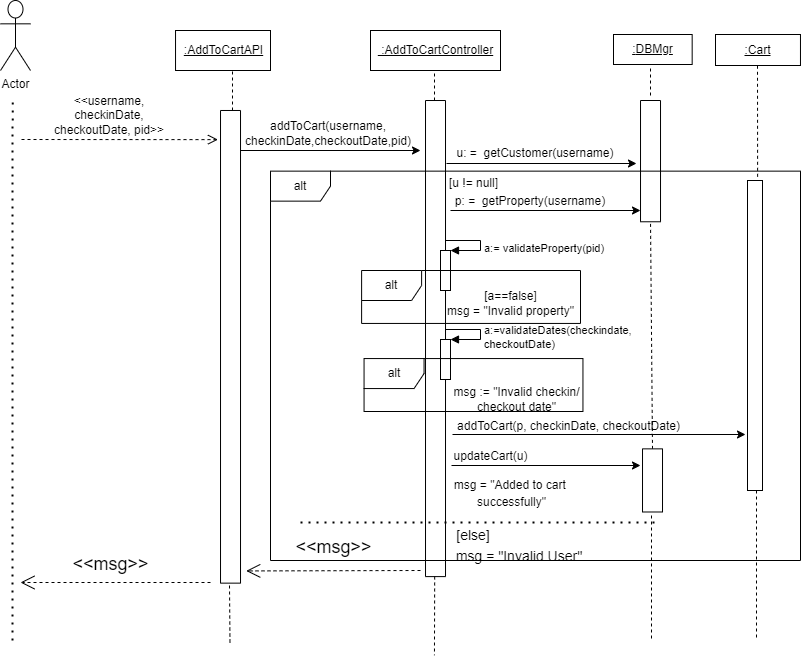
This is Sequence diagrams/5. AddtoCart.png from pritika292/House-Rental-System, a draw.io export, as it was before one commit. Source tidied: cells renumbered, new cells last; positions are measured from the earlier drawing's top-left corner, leaving out a move shared by most shapes. The source it was exported from:
```xml
<mxGraphModel>
  <root>
    <mxCell id="0" />
    <mxCell id="1" parent="0" />
    <mxCell id="2" value="Actor" style="shape=umlActor;verticalLabelPosition=bottom;verticalAlign=top;html=1;" parent="1" vertex="1">
      <mxGeometry x="6" width="30" height="70" as="geometry" />
    </mxCell>
    <mxCell id="3" style="rounded=0;whiteSpace=wrap;html=1;rotation=90;" parent="1" vertex="1">
      <mxGeometry x="-0.3" y="336.3" width="472.7" height="20" as="geometry" />
    </mxCell>
    <mxCell id="4" style="rounded=0;whiteSpace=wrap;html=1;rotation=90;" parent="1" vertex="1">
      <mxGeometry x="595.4" y="150.6" width="121.3" height="20" as="geometry" />
    </mxCell>
    <mxCell id="5" value="&amp;lt;&amp;lt;username, checkinDate, checkoutDate, pid&amp;gt;&amp;gt;" style="text;html=1;strokeColor=none;fillColor=none;align=center;verticalAlign=middle;whiteSpace=wrap;rounded=0;" parent="1" vertex="1">
      <mxGeometry x="50" y="100" width="130" height="30" as="geometry" />
    </mxCell>
    <mxCell id="6" style="endArrow=classic;html=1;rounded=0;" parent="1" edge="1">
      <mxGeometry relative="1" as="geometry">
        <mxPoint x="246" y="150" as="sourcePoint" />
        <mxPoint x="426" y="150" as="targetPoint" />
      </mxGeometry>
    </mxCell>
    <mxCell id="7" value="addToCart(username, checkinDate,checkoutDate,pid)" style="text;html=1;strokeColor=none;fillColor=none;align=center;verticalAlign=middle;whiteSpace=wrap;rounded=0;" parent="1" vertex="1">
      <mxGeometry x="254" y="118" width="160" height="30" as="geometry" />
    </mxCell>
    <mxCell id="8" style="endArrow=none;dashed=1;html=1;dashPattern=1 3;strokeWidth=2;rounded=0;" parent="1" edge="1">
      <mxGeometry relative="1" as="geometry">
        <mxPoint x="18" y="640" as="sourcePoint" />
        <mxPoint x="18.1" y="100" as="targetPoint" />
      </mxGeometry>
    </mxCell>
    <mxCell id="9" style="rounded=0;whiteSpace=wrap;html=1;rotation=90;" parent="1" vertex="1">
      <mxGeometry x="203" y="328.1" width="476.1" height="20" as="geometry" />
    </mxCell>
    <mxCell id="10" value="u: =&amp;nbsp; getCustomer(username)" style="text;html=1;strokeColor=none;fillColor=none;align=center;verticalAlign=middle;whiteSpace=wrap;rounded=0;" parent="1" vertex="1">
      <mxGeometry x="461.1" y="137.6" width="160" height="30" as="geometry" />
    </mxCell>
    <mxCell id="11" style="endArrow=classic;html=1;rounded=0;" parent="1" edge="1">
      <mxGeometry relative="1" as="geometry">
        <mxPoint x="452" y="163" as="sourcePoint" />
        <mxPoint x="642" y="163" as="targetPoint" />
      </mxGeometry>
    </mxCell>
    <mxCell id="12" style="endArrow=none;dashed=1;html=1;dashPattern=1 3;strokeWidth=2;rounded=0;fontSize=14;" parent="1" edge="1">
      <mxGeometry relative="1" as="geometry">
        <mxPoint x="306" y="522" as="sourcePoint" />
        <mxPoint x="666" y="522" as="targetPoint" />
      </mxGeometry>
    </mxCell>
    <mxCell id="13" value="&lt;font style=&quot;&quot;&gt;&lt;font style=&quot;font-size: 12px;&quot;&gt;msg = &quot;Added to cart&amp;nbsp;&lt;br&gt;successfully&quot;&lt;/font&gt;&lt;br&gt;&lt;/font&gt;" style="text;html=1;strokeColor=none;fillColor=none;align=center;verticalAlign=middle;whiteSpace=wrap;rounded=0;fontSize=14;" parent="1" vertex="1">
      <mxGeometry x="419.7" y="467" width="195.3" height="50" as="geometry" />
    </mxCell>
    <mxCell id="14" value="&lt;font style=&quot;font-size: 14px;&quot;&gt;[else]&lt;/font&gt;" style="text;html=1;strokeColor=none;fillColor=none;align=center;verticalAlign=middle;whiteSpace=wrap;rounded=0;fontSize=14;" parent="1" vertex="1">
      <mxGeometry x="434" y="510" width="90" height="50" as="geometry" />
    </mxCell>
    <mxCell id="15" value="&lt;font style=&quot;font-size: 14px;&quot;&gt;msg = &quot;Invalid User&quot;&lt;/font&gt;" style="text;html=1;strokeColor=none;fillColor=none;align=center;verticalAlign=middle;whiteSpace=wrap;rounded=0;fontSize=14;" parent="1" vertex="1">
      <mxGeometry x="367.1" y="531" width="315.9" height="50" as="geometry" />
    </mxCell>
    <mxCell id="16" value="&amp;lt;&amp;lt;msg&amp;gt;&amp;gt;" style="endArrow=open;endSize=12;dashed=1;html=1;rounded=0;fontSize=18;" parent="1" edge="1">
      <mxGeometry x="0.05" y="-18" relative="1" as="geometry">
        <mxPoint x="216" y="582" as="sourcePoint" />
        <mxPoint x="26" y="582" as="targetPoint" />
      </mxGeometry>
    </mxCell>
    <mxCell id="17" style="endArrow=none;dashed=1;html=1;rounded=0;fontSize=18;entryX=1;entryY=0.5;entryDx=0;entryDy=0;exitX=0;exitY=0.5;exitDx=0;exitDy=0;" parent="1" edge="1" source="25" target="4">
      <mxGeometry relative="1" as="geometry" />
    </mxCell>
    <mxCell id="18" value="&lt;span style=&quot;&quot;&gt;&lt;u&gt;:AddToCartAPI&lt;/u&gt;&lt;/span&gt;" style="html=1;" parent="1" vertex="1">
      <mxGeometry x="181" y="30" width="95" height="40" as="geometry" />
    </mxCell>
    <mxCell id="19" value="&lt;span style=&quot;&quot;&gt;&lt;u&gt;&amp;nbsp;:AddToCartController&lt;/u&gt;&lt;/span&gt;" style="html=1;" parent="1" vertex="1">
      <mxGeometry x="376" y="30" width="130" height="40" as="geometry" />
    </mxCell>
    <mxCell id="20" value="&lt;u&gt;&lt;span style=&quot;&quot;&gt;:&lt;/span&gt;&lt;span style=&quot;&quot;&gt;DBMgr&lt;/span&gt;&lt;/u&gt;" style="html=1;" parent="1" vertex="1">
      <mxGeometry x="619" y="34" width="78.7" height="30" as="geometry" />
    </mxCell>
    <mxCell id="21" style="endArrow=none;dashed=1;html=1;rounded=0;" parent="1" edge="1">
      <mxGeometry relative="1" as="geometry">
        <mxPoint x="238" y="110" as="sourcePoint" />
        <mxPoint x="238" y="70" as="targetPoint" />
      </mxGeometry>
    </mxCell>
    <mxCell id="22" style="endArrow=none;dashed=1;html=1;rounded=0;" parent="1" edge="1">
      <mxGeometry relative="1" as="geometry">
        <mxPoint x="440" y="100" as="sourcePoint" />
        <mxPoint x="440" y="70" as="targetPoint" />
      </mxGeometry>
    </mxCell>
    <mxCell id="23" style="endArrow=none;dashed=1;html=1;rounded=0;" parent="1" edge="1">
      <mxGeometry relative="1" as="geometry">
        <mxPoint x="656" y="95" as="sourcePoint" />
        <mxPoint x="656" y="65" as="targetPoint" />
        <Array as="points">
          <mxPoint x="656" y="85" />
        </Array>
      </mxGeometry>
    </mxCell>
    <mxCell id="24" style="html=1;verticalAlign=bottom;endArrow=open;dashed=1;endSize=8;rounded=0;entryX=0.051;entryY=1.178;entryDx=0;entryDy=0;entryPerimeter=0;" parent="1" edge="1">
      <mxGeometry relative="1" as="geometry">
        <mxPoint x="27" y="139" as="sourcePoint" />
        <mxPoint x="223.5" y="139.1" as="targetPoint" />
      </mxGeometry>
    </mxCell>
    <mxCell id="25" style="rounded=0;whiteSpace=wrap;html=1;rotation=90;" parent="1" vertex="1">
      <mxGeometry x="626.4" y="469.9" width="63.1" height="20" as="geometry" />
    </mxCell>
    <mxCell id="26" value="&amp;lt;&amp;lt;msg&amp;gt;&amp;gt;" style="endArrow=open;endSize=12;dashed=1;html=1;rounded=0;fontSize=18;entryX=0.897;entryY=-0.285;entryDx=0;entryDy=0;entryPerimeter=0;" parent="1" edge="1">
      <mxGeometry x="0.01" y="-23" relative="1" as="geometry">
        <mxPoint x="426" y="570" as="sourcePoint" />
        <mxPoint x="251.7" y="570.4" as="targetPoint" />
        <mxPoint x="1" as="offset" />
      </mxGeometry>
    </mxCell>
    <mxCell id="27" style="endArrow=none;dashed=1;html=1;rounded=0;fontSize=18;" parent="1" edge="1">
      <mxGeometry relative="1" as="geometry">
        <mxPoint x="762" y="430" as="sourcePoint" />
        <mxPoint x="762" y="640" as="targetPoint" />
      </mxGeometry>
    </mxCell>
    <mxCell id="28" style="endArrow=none;dashed=1;html=1;rounded=0;fontSize=18;" parent="1" edge="1">
      <mxGeometry relative="1" as="geometry">
        <mxPoint x="657" y="515" as="sourcePoint" />
        <mxPoint x="657" y="640" as="targetPoint" />
      </mxGeometry>
    </mxCell>
    <mxCell id="29" value="&lt;u&gt;:Cart&lt;/u&gt;" style="html=1;" parent="1" vertex="1">
      <mxGeometry x="721" y="34" width="85" height="31" as="geometry" />
    </mxCell>
    <mxCell id="30" style="html=1;points=[];perimeter=orthogonalPerimeter;" parent="1" vertex="1">
      <mxGeometry x="753" y="180" width="15" height="310" as="geometry" />
    </mxCell>
    <mxCell id="31" style="endArrow=none;dashed=1;html=1;rounded=0;fontSize=18;entryX=0.5;entryY=1;entryDx=0;entryDy=0;exitX=0.674;exitY=-0.012;exitDx=0;exitDy=0;exitPerimeter=0;" parent="1" edge="1" source="30">
      <mxGeometry relative="1" as="geometry">
        <mxPoint x="763" y="64" as="targetPoint" />
      </mxGeometry>
    </mxCell>
    <mxCell id="32" value="[u != null]" style="text;html=1;align=center;verticalAlign=middle;strokeColor=none;fillColor=none;" parent="1" vertex="1">
      <mxGeometry x="444" y="167.6" width="70" height="30" as="geometry" />
    </mxCell>
    <mxCell id="33" style="endArrow=none;dashed=1;html=1;rounded=0;fontSize=18;" parent="1" edge="1">
      <mxGeometry relative="1" as="geometry">
        <mxPoint x="440.2" y="576" as="sourcePoint" />
        <mxPoint x="440" y="654.8" as="targetPoint" />
      </mxGeometry>
    </mxCell>
    <mxCell id="34" style="endArrow=classic;html=1;rounded=0;" parent="1" edge="1">
      <mxGeometry relative="1" as="geometry">
        <mxPoint x="456" y="210" as="sourcePoint" />
        <mxPoint x="646" y="210" as="targetPoint" />
      </mxGeometry>
    </mxCell>
    <mxCell id="35" value="p: =&amp;nbsp; getProperty(username)" style="text;html=1;strokeColor=none;fillColor=none;align=center;verticalAlign=middle;whiteSpace=wrap;rounded=0;" parent="1" vertex="1">
      <mxGeometry x="456.1" y="186.3" width="160" height="30" as="geometry" />
    </mxCell>
    <mxCell id="36" style="endArrow=classic;html=1;rounded=0;" parent="1" edge="1">
      <mxGeometry relative="1" as="geometry">
        <mxPoint x="458" y="434" as="sourcePoint" />
        <mxPoint x="751" y="434" as="targetPoint" />
      </mxGeometry>
    </mxCell>
    <mxCell id="37" value="addToCart(p, checkinDate, checkoutDate)" style="text;html=1;align=center;verticalAlign=middle;strokeColor=none;fillColor=none;" parent="1" vertex="1">
      <mxGeometry x="449" y="411" width="250" height="30" as="geometry" />
    </mxCell>
    <mxCell id="38" style="html=1;points=[];perimeter=orthogonalPerimeter;" parent="1" vertex="1">
      <mxGeometry x="446" y="250" width="10" height="40" as="geometry" />
    </mxCell>
    <mxCell id="39" value="a:= validateProperty(pid)" style="edgeStyle=orthogonalEdgeStyle;html=1;align=left;spacingLeft=2;endArrow=block;rounded=0;entryX=1;entryY=0;" parent="1" edge="1" target="38">
      <mxGeometry x="0.16" relative="1" as="geometry">
        <mxPoint x="451" y="240" as="sourcePoint" />
        <Array as="points">
          <mxPoint x="486" y="240" />
          <mxPoint x="486" y="250" />
        </Array>
      </mxGeometry>
    </mxCell>
    <mxCell id="40" style="html=1;points=[];perimeter=orthogonalPerimeter;" parent="1" vertex="1">
      <mxGeometry x="446" y="339" width="10" height="40" as="geometry" />
    </mxCell>
    <mxCell id="41" value="a:=validateDates(checkindate,&lt;br&gt;checkoutDate)" style="edgeStyle=orthogonalEdgeStyle;html=1;align=left;spacingLeft=2;endArrow=block;rounded=0;entryX=1;entryY=0;" parent="1" edge="1" target="40">
      <mxGeometry x="0.16" relative="1" as="geometry">
        <mxPoint x="451" y="329" as="sourcePoint" />
        <Array as="points">
          <mxPoint x="486" y="329" />
          <mxPoint x="486" y="339" />
        </Array>
      </mxGeometry>
    </mxCell>
    <mxCell id="42" value="[a==false]&lt;br&gt;msg = &quot;Invalid property&quot;&lt;br&gt;" style="text;html=1;align=center;verticalAlign=middle;strokeColor=none;fillColor=none;" parent="1" vertex="1">
      <mxGeometry x="441" y="283" width="150" height="40" as="geometry" />
    </mxCell>
    <mxCell id="43" value="msg := &quot;Invalid checkin/&lt;br&gt;checkout date&quot;" style="text;html=1;align=center;verticalAlign=middle;strokeColor=none;fillColor=none;" parent="1" vertex="1">
      <mxGeometry x="447" y="379" width="150" height="40" as="geometry" />
    </mxCell>
    <mxCell id="44" style="endArrow=classic;html=1;rounded=0;fontSize=14;" parent="1" edge="1">
      <mxGeometry relative="1" as="geometry">
        <mxPoint x="457" y="465" as="sourcePoint" />
        <mxPoint x="646" y="465" as="targetPoint" />
      </mxGeometry>
    </mxCell>
    <mxCell id="45" value="updateCart(u)" style="text;html=1;align=center;verticalAlign=middle;strokeColor=none;fillColor=none;" parent="1" vertex="1">
      <mxGeometry x="446" y="441" width="100" height="30" as="geometry" />
    </mxCell>
    <mxCell id="46" style="endArrow=none;dashed=1;html=1;rounded=0;fontSize=18;" parent="1" edge="1">
      <mxGeometry relative="1" as="geometry">
        <mxPoint x="235" y="585" as="sourcePoint" />
        <mxPoint x="235.5" y="643.8" as="targetPoint" />
      </mxGeometry>
    </mxCell>
    <mxCell id="47" value="alt" style="shape=umlFrame;whiteSpace=wrap;html=1;fontSize=12;" parent="1" vertex="1">
      <mxGeometry x="367.1" y="270" width="218.9" height="52.9" as="geometry" />
    </mxCell>
    <mxCell id="48" value="alt" style="shape=umlFrame;whiteSpace=wrap;html=1;fontSize=12;" parent="1" vertex="1">
      <mxGeometry x="369.6" y="358.1" width="218.9" height="52.9" as="geometry" />
    </mxCell>
    <mxCell id="49" value="alt" style="shape=umlFrame;whiteSpace=wrap;html=1;fontSize=12;" parent="1" vertex="1">
      <mxGeometry x="276" y="170.6" width="530" height="389.4" as="geometry" />
    </mxCell>
  </root>
</mxGraphModel>
```
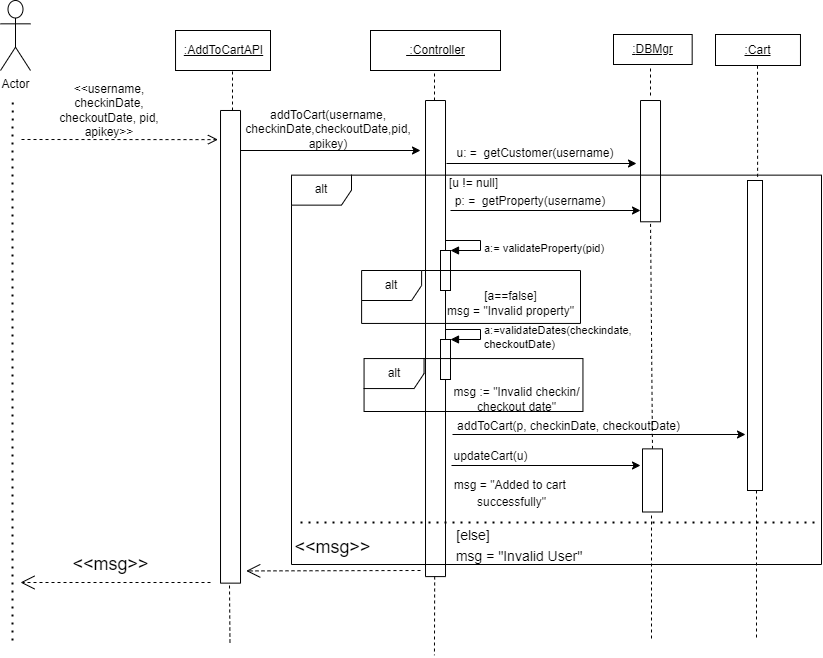
The same diagram one commit later.

Diff of the diagram source:
```diff
@@ -11,8 +11,8 @@
     <mxCell id="4" style="rounded=0;whiteSpace=wrap;html=1;rotation=90;" parent="1" vertex="1">
       <mxGeometry x="595.4" y="150.6" width="121.3" height="20" as="geometry" />
     </mxCell>
-    <mxCell id="5" value="&amp;lt;&amp;lt;username, checkinDate, checkoutDate, pid&amp;gt;&amp;gt;" style="text;html=1;strokeColor=none;fillColor=none;align=center;verticalAlign=middle;whiteSpace=wrap;rounded=0;" parent="1" vertex="1">
-      <mxGeometry x="50" y="100" width="130" height="30" as="geometry" />
+    <mxCell id="5" value="&amp;lt;&amp;lt;username, checkinDate, checkoutDate, pid, apikey&amp;gt;&amp;gt;" style="text;html=1;strokeColor=none;fillColor=none;align=center;verticalAlign=middle;whiteSpace=wrap;rounded=0;" parent="1" vertex="1">
+      <mxGeometry x="50" y="95" width="130" height="30" as="geometry" />
     </mxCell>
     <mxCell id="6" style="endArrow=classic;html=1;rounded=0;" parent="1" edge="1">
       <mxGeometry relative="1" as="geometry">
@@ -20,8 +20,8 @@
         <mxPoint x="426" y="150" as="targetPoint" />
       </mxGeometry>
     </mxCell>
-    <mxCell id="7" value="addToCart(username, checkinDate,checkoutDate,pid)" style="text;html=1;strokeColor=none;fillColor=none;align=center;verticalAlign=middle;whiteSpace=wrap;rounded=0;" parent="1" vertex="1">
-      <mxGeometry x="254" y="118" width="160" height="30" as="geometry" />
+    <mxCell id="7" value="addToCart(username, checkinDate,checkoutDate,pid,&lt;br&gt;apikey)" style="text;html=1;strokeColor=none;fillColor=none;align=center;verticalAlign=middle;whiteSpace=wrap;rounded=0;" parent="1" vertex="1">
+      <mxGeometry x="254" y="114" width="160" height="30" as="geometry" />
     </mxCell>
     <mxCell id="8" style="endArrow=none;dashed=1;html=1;dashPattern=1 3;strokeWidth=2;rounded=0;" parent="1" edge="1">
       <mxGeometry relative="1" as="geometry">
@@ -44,7 +44,7 @@
     <mxCell id="12" style="endArrow=none;dashed=1;html=1;dashPattern=1 3;strokeWidth=2;rounded=0;fontSize=14;" parent="1" edge="1">
       <mxGeometry relative="1" as="geometry">
         <mxPoint x="306" y="522" as="sourcePoint" />
-        <mxPoint x="666" y="522" as="targetPoint" />
+        <mxPoint x="826" y="522" as="targetPoint" />
       </mxGeometry>
     </mxCell>
     <mxCell id="13" value="&lt;font style=&quot;&quot;&gt;&lt;font style=&quot;font-size: 12px;&quot;&gt;msg = &quot;Added to cart&amp;nbsp;&lt;br&gt;successfully&quot;&lt;/font&gt;&lt;br&gt;&lt;/font&gt;" style="text;html=1;strokeColor=none;fillColor=none;align=center;verticalAlign=middle;whiteSpace=wrap;rounded=0;fontSize=14;" parent="1" vertex="1">
@@ -68,7 +68,7 @@
     <mxCell id="18" value="&lt;span style=&quot;&quot;&gt;&lt;u&gt;:AddToCartAPI&lt;/u&gt;&lt;/span&gt;" style="html=1;" parent="1" vertex="1">
       <mxGeometry x="181" y="30" width="95" height="40" as="geometry" />
     </mxCell>
-    <mxCell id="19" value="&lt;span style=&quot;&quot;&gt;&lt;u&gt;&amp;nbsp;:AddToCartController&lt;/u&gt;&lt;/span&gt;" style="html=1;" parent="1" vertex="1">
+    <mxCell id="19" value="&lt;span style=&quot;&quot;&gt;&lt;u&gt;&amp;nbsp;:Controller&lt;/u&gt;&lt;/span&gt;" style="html=1;" parent="1" vertex="1">
       <mxGeometry x="376" y="30" width="130" height="40" as="geometry" />
     </mxCell>
     <mxCell id="20" value="&lt;u&gt;&lt;span style=&quot;&quot;&gt;:&lt;/span&gt;&lt;span style=&quot;&quot;&gt;DBMgr&lt;/span&gt;&lt;/u&gt;" style="html=1;" parent="1" vertex="1">
@@ -213,7 +213,7 @@
       <mxGeometry x="369.6" y="358.1" width="218.9" height="52.9" as="geometry" />
     </mxCell>
     <mxCell id="49" value="alt" style="shape=umlFrame;whiteSpace=wrap;html=1;fontSize=12;" parent="1" vertex="1">
-      <mxGeometry x="276" y="170.6" width="530" height="389.4" as="geometry" />
+      <mxGeometry x="297" y="174.6" width="530" height="389.4" as="geometry" />
     </mxCell>
   </root>
 </mxGraphModel>
```
